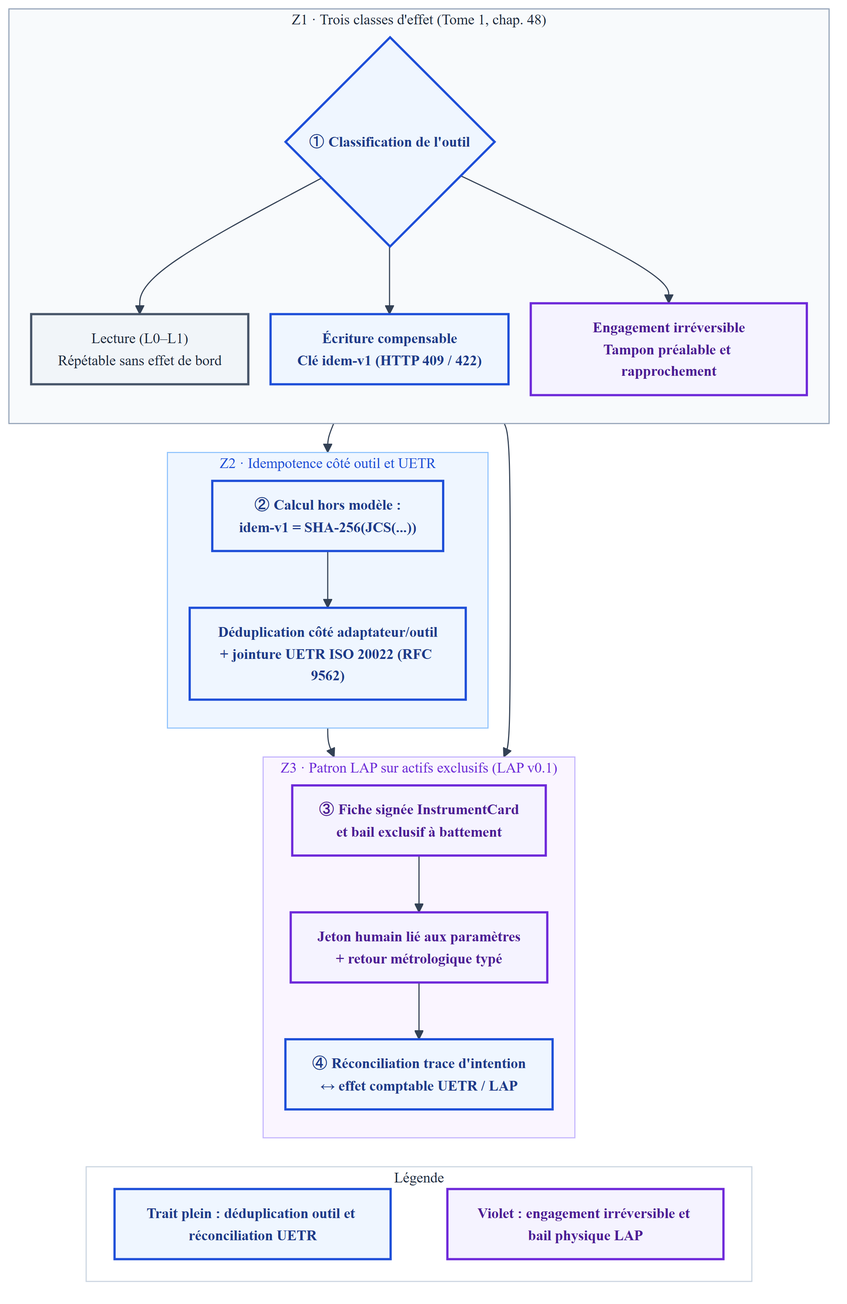
Above: Compendium/ouvrage/schemas/rendus/SCH-15-03.png in agbruneau/Agentique (Mermaid), before the change. Its source is kept beside it as Compendium/ouvrage/schemas/SCH-15-03.mmd. The source it was exported from:
```mermaid
%%{init: {'theme': 'base', 'themeVariables': {'fontFamily': 'DejaVu Sans', 'fontSize': '13px', 'lineColor': '#334155', 'edgeLabelBackground': '#FFFFFF', 'primaryTextColor': '#0F2942'}, 'flowchart': {'nodeSpacing': 20, 'rankSpacing': 26, 'padding': 12}}}%%
flowchart TB
  subgraph Z1["Z1 · Trois classes d'effet (Tome 1, chap. 48)"]
    direction TB
    N1{"① Classification de l'outil"}:::det
    N2["Lecture (L0–L1)<br/>Répétable sans effet de bord"]:::gray
    N3["Écriture compensable<br/>Clé idem-v1 (HTTP 409 / 422)"]:::det
    N4["Engagement irréversible<br/>Tampon préalable et rapprochement"]:::purple
    N1 --> N2
    N1 --> N3
    N1 --> N4
  end

  subgraph Z2["Z2 · Idempotence côté outil et UETR"]
    direction TB
    N5["② Calcul hors modèle :<br/>idem-v1 = SHA-256(JCS(...))"]:::det
    N6["Déduplication côté adaptateur/outil<br/>+ jointure UETR ISO 20022 (RFC 9562)"]:::det
    N5 --> N6
  end

  subgraph Z3["Z3 · Patron LAP sur actifs exclusifs (LAP v0.1)"]
    direction TB
    N7["③ Fiche signée InstrumentCard<br/>et bail exclusif à battement"]:::purple
    N8["Jeton humain lié aux paramètres<br/>+ retour métrologique typé"]:::purple
    N9["④ Réconciliation trace d'intention<br/>↔ effet comptable UETR / LAP"]:::det
    N7 --> N8 --> N9
  end

  N3 --> N5
  N4 --> N7
  N6 --> N9

  subgraph LEG["Légende"]
    direction LR
    L_DET["Trait plein : déduplication outil et réconciliation UETR"]:::det
    L_PROB["Violet : engagement irréversible et bail physique LAP"]:::purple
    L_DET ~~~ L_PROB
  end

  N9 ~~~ L_DET

  classDef gray fill:#F1F5F9,stroke:#475569,stroke-width:2px,color:#1E293B
  classDef det fill:#EFF6FF,stroke:#1D4ED8,stroke-width:2px,color:#1E3A8A,font-weight:bold
  classDef purple fill:#F5F3FF,stroke:#6D28D9,stroke-width:2px,color:#4C1D95,font-weight:bold
  style Z1 fill:#F8FAFC,stroke:#94A3B8,color:#1E293B
  style Z2 fill:#EFF6FF,stroke:#93C5FD,color:#1D4ED8
  style Z3 fill:#FAF5FF,stroke:#C4B5FD,color:#6D28D9
  style LEG fill:#FFFFFF,stroke:#CBD5E1,color:#1E293B
```
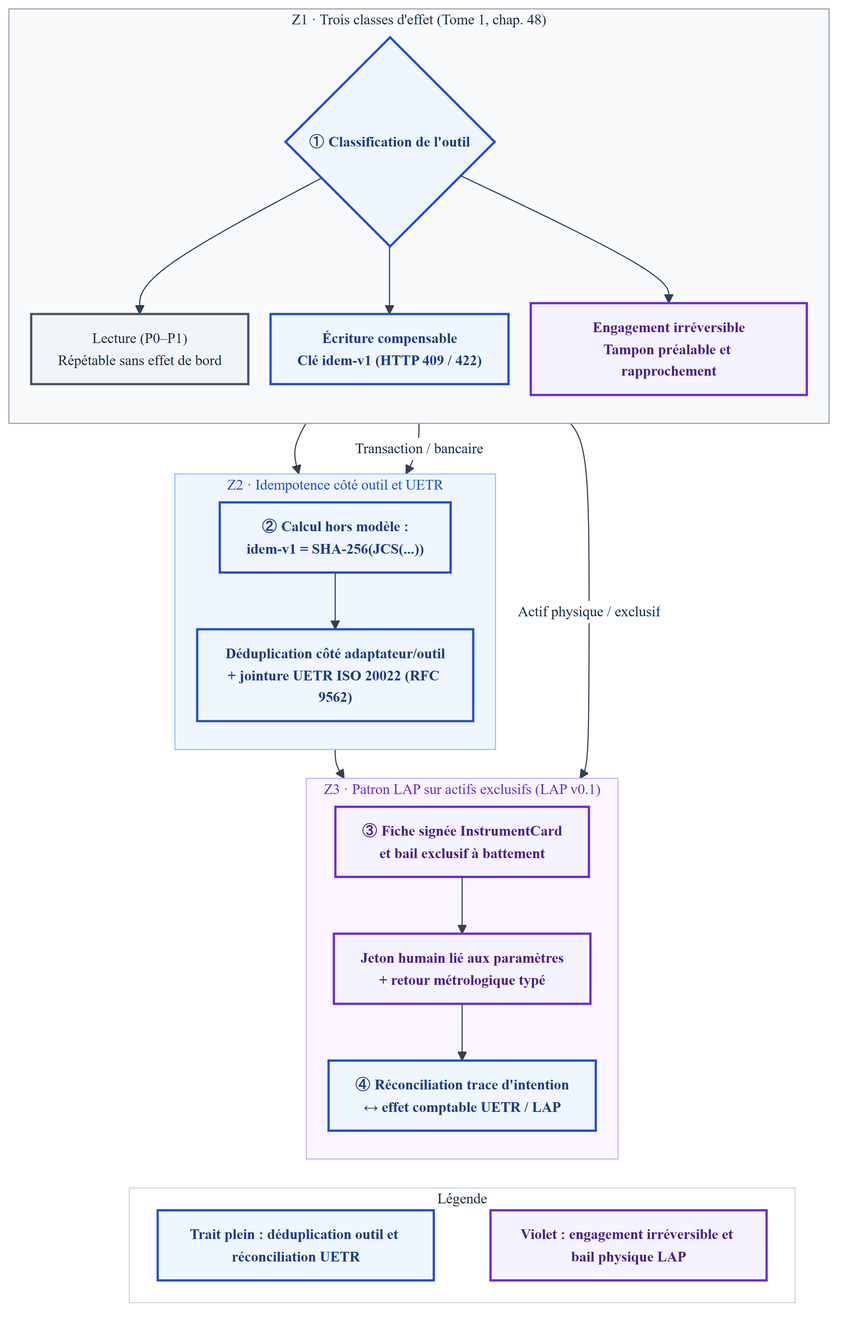
Above is the later version.

What changed in the source:
```diff
@@ -3,7 +3,7 @@
   subgraph Z1["Z1 · Trois classes d'effet (Tome 1, chap. 48)"]
     direction TB
     N1{"① Classification de l'outil"}:::det
-    N2["Lecture (L0–L1)<br/>Répétable sans effet de bord"]:::gray
+    N2["Lecture (P0–P1)<br/>Répétable sans effet de bord"]:::gray
     N3["Écriture compensable<br/>Clé idem-v1 (HTTP 409 / 422)"]:::det
     N4["Engagement irréversible<br/>Tampon préalable et rapprochement"]:::purple
     N1 --> N2
@@ -27,7 +27,8 @@
   end
 
   N3 --> N5
-  N4 --> N7
+  N4 -->|"Transaction / bancaire"| N5
+  N4 -->|"Actif physique / exclusif"| N7
   N6 --> N9
 
   subgraph LEG["Légende"]
```
